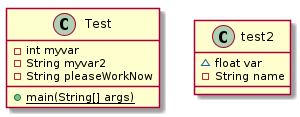
Above: docs/uml/test2.png in andrewdimmer/csi-3370-software-project-config-test (PlantUML), before the change. Source of this version:
```plantuml
@startuml test2


class Test {
    - int myvar
    - String myvar2
    - String pleaseWorkNow
    {static} + main(String[] args)
}


class test2 {
    ~ float var
    - String name
}

@enduml
```
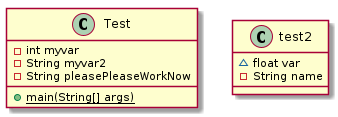
Above is the later version.

Change to the diagram source:
```diff
@@ -4,7 +4,7 @@
 class Test {
     - int myvar
     - String myvar2
-    - String pleaseWorkNow
+    - String pleasePleaseWorkNow
     {static} + main(String[] args)
 }
 
```
